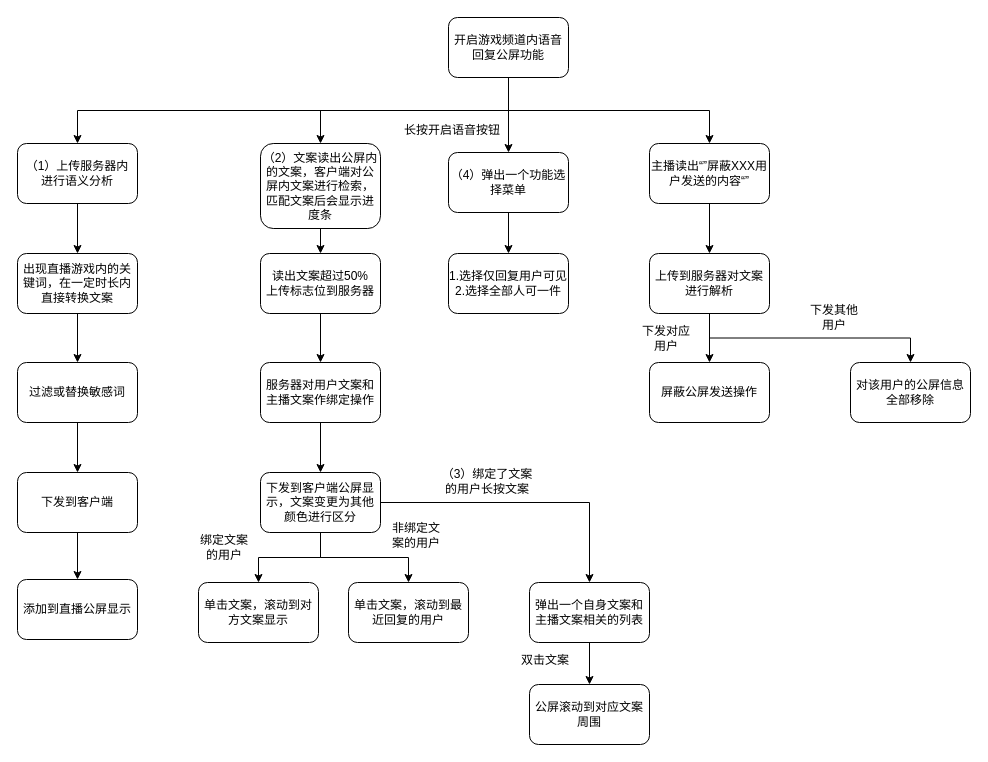
Earlier version of the draw.io diagram 游戏频道公屏.drawio (cangwang/news). Source tidied: cells renumbered, new cells numbered last; positions are measured from the earlier drawing's top-left corner, leaving out a move shared by most shapes. Both pictures are drawn from the tidied source at 100%, with x=0, y=0 at pixel (17, 17).
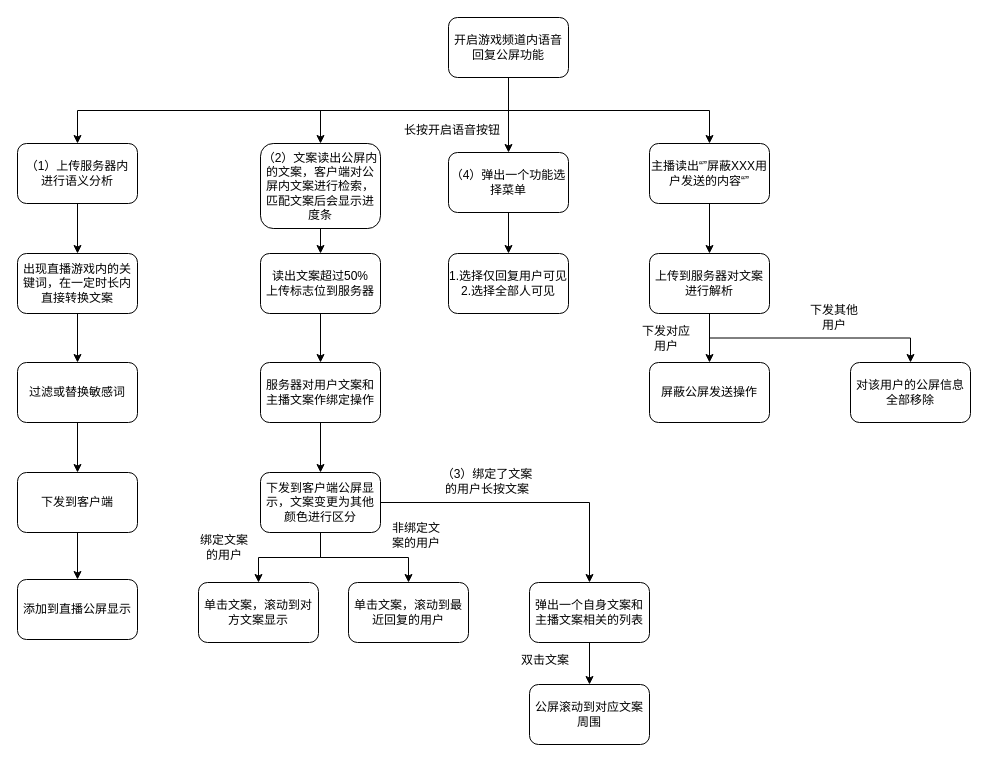
Above is the later version.

Commit message:
Update 游戏频道公屏.drawio

The edit, as a diff of the source:
```diff
@@
-    <mxCell id="47" value="1.选择仅回复用户可见&lt;br&gt;2.选择全部人可一件" style="rounded=1;whiteSpace=wrap;html=1;" parent="1" vertex="1">
+    <mxCell id="47" value="1.选择仅回复用户可见&lt;br&gt;2.选择全部人可见" style="rounded=1;whiteSpace=wrap;html=1;" parent="1" vertex="1">
       <mxGeometry x="431" y="236" width="120" height="60" as="geometry" />
     </mxCell>
```
